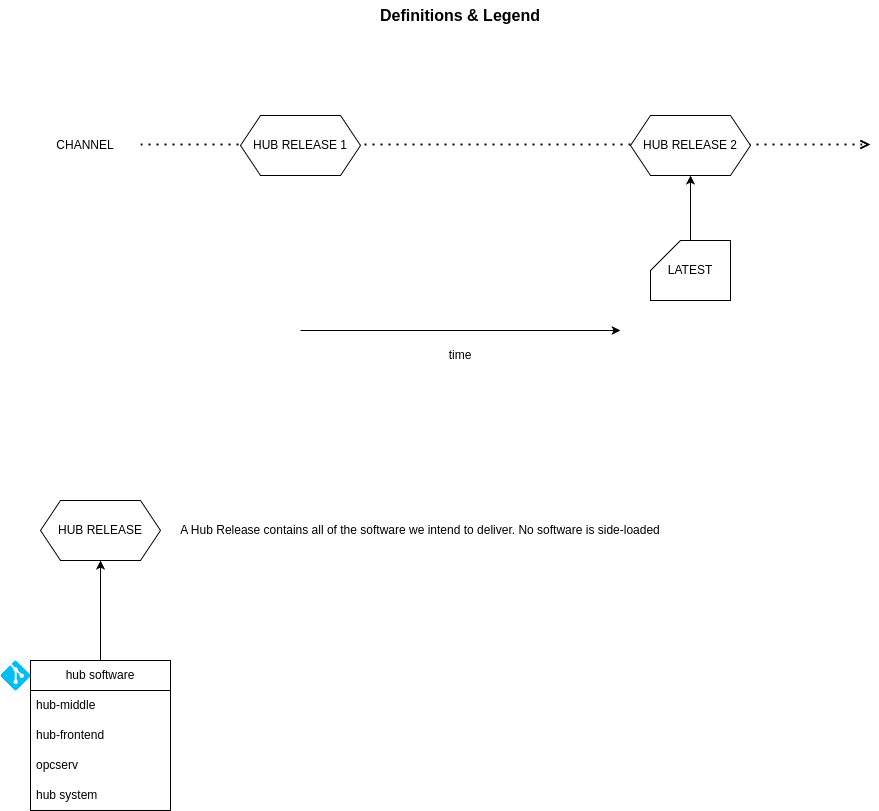
The draw.io diagram releases/release-channels.drawio.png in addict3d/literate-octo-broccoli, before a commit. Source tidied: cells renumbered, new cells last; positions are measured from the earlier drawing's top-left corner, leaving out a move shared by most shapes. The source it was exported from:
```xml
<mxGraphModel>
  <root>
    <mxCell id="0" />
    <mxCell id="1" parent="0" />
    <mxCell id="2" value="CHANNEL" style="text;html=1;strokeColor=none;fillColor=none;align=center;verticalAlign=middle;whiteSpace=wrap;rounded=0;" parent="1" vertex="1">
      <mxGeometry x="30" y="130" width="110" height="30" as="geometry" />
    </mxCell>
    <mxCell id="3" style="endArrow=classic;html=1;rounded=0;" parent="1" edge="1">
      <mxGeometry relative="1" as="geometry">
        <mxPoint x="300" y="330" as="sourcePoint" />
        <mxPoint x="620" y="330" as="targetPoint" />
      </mxGeometry>
    </mxCell>
    <mxCell id="4" value="time" style="text;html=1;strokeColor=none;fillColor=none;align=center;verticalAlign=middle;whiteSpace=wrap;rounded=0;" parent="1" vertex="1">
      <mxGeometry x="430" y="340" width="60" height="30" as="geometry" />
    </mxCell>
    <mxCell id="5" value="Definitions &amp;amp; Legend" style="text;html=1;strokeColor=none;fillColor=none;align=center;verticalAlign=middle;whiteSpace=wrap;rounded=0;fontStyle=1;fontSize=16;" parent="1" vertex="1">
      <mxGeometry x="250" width="420" height="30" as="geometry" />
    </mxCell>
    <mxCell id="6" style="endArrow=open;dashed=1;html=1;dashPattern=1 3;strokeWidth=2;rounded=0;endFill=0;" parent="1" edge="1">
      <mxGeometry relative="1" as="geometry">
        <mxPoint x="140" y="144" as="sourcePoint" />
        <mxPoint x="870" y="144" as="targetPoint" />
      </mxGeometry>
    </mxCell>
    <mxCell id="7" value="HUB RELEASE 2" style="shape=hexagon;perimeter=hexagonPerimeter2;whiteSpace=wrap;html=1;fixedSize=1;" parent="1" vertex="1">
      <mxGeometry x="630" y="115" width="120" height="60" as="geometry" />
    </mxCell>
    <mxCell id="8" value="HUB RELEASE" style="shape=hexagon;perimeter=hexagonPerimeter2;whiteSpace=wrap;html=1;fixedSize=1;" parent="1" vertex="1">
      <mxGeometry x="40" y="500" width="120" height="60" as="geometry" />
    </mxCell>
    <mxCell id="9" value="A Hub Release contains all of the software we intend to deliver. No software is side-loaded" style="text;html=1;strokeColor=none;fillColor=none;align=center;verticalAlign=middle;whiteSpace=wrap;rounded=0;" parent="1" vertex="1">
      <mxGeometry x="150" y="495" width="540" height="70" as="geometry" />
    </mxCell>
    <mxCell id="10" value="HUB RELEASE 1" style="shape=hexagon;perimeter=hexagonPerimeter2;whiteSpace=wrap;html=1;fixedSize=1;" parent="1" vertex="1">
      <mxGeometry x="240" y="115" width="120" height="60" as="geometry" />
    </mxCell>
    <mxCell id="11" style="edgeStyle=orthogonalEdgeStyle;rounded=0;jettySize=auto;html=1;" parent="1" edge="1" source="12" target="7">
      <mxGeometry relative="1" as="geometry" />
    </mxCell>
    <mxCell id="12" value="LATEST" style="shape=card;whiteSpace=wrap;html=1;" parent="1" vertex="1">
      <mxGeometry x="650" y="240" width="80" height="60" as="geometry" />
    </mxCell>
    <mxCell id="13" style="edgeStyle=orthogonalEdgeStyle;rounded=0;jettySize=auto;html=1;" parent="1" edge="1" source="14" target="8">
      <mxGeometry relative="1" as="geometry" />
    </mxCell>
    <mxCell id="14" value="hub software" style="swimlane;fontStyle=0;horizontal=1;startSize=30;whiteSpace=wrap;html=1;" parent="1" vertex="1">
      <mxGeometry x="30" y="660" width="140" height="150" as="geometry" />
    </mxCell>
    <mxCell id="15" value="hub-middle" style="text;strokeColor=none;fillColor=none;align=left;verticalAlign=middle;spacingLeft=4;spacingRight=4;overflow=hidden;whiteSpace=wrap;html=1;" parent="14" vertex="1">
      <mxGeometry y="30" width="140" height="30" as="geometry" />
    </mxCell>
    <mxCell id="16" value="hub-frontend" style="text;strokeColor=none;fillColor=none;align=left;verticalAlign=middle;spacingLeft=4;spacingRight=4;overflow=hidden;whiteSpace=wrap;html=1;" parent="14" vertex="1">
      <mxGeometry y="60" width="140" height="30" as="geometry" />
    </mxCell>
    <mxCell id="17" value="opcserv" style="text;strokeColor=none;fillColor=none;align=left;verticalAlign=middle;spacingLeft=4;spacingRight=0;overflow=hidden;whiteSpace=wrap;html=1;" parent="14" vertex="1">
      <mxGeometry y="90" width="140" height="30" as="geometry" />
    </mxCell>
    <mxCell id="18" value="hub system" style="text;html=1;strokeColor=none;fillColor=none;align=left;verticalAlign=middle;whiteSpace=wrap;rounded=0;spacingLeft=4;" parent="14" vertex="1">
      <mxGeometry y="120" width="140" height="30" as="geometry" />
    </mxCell>
    <mxCell id="19" style="verticalLabelPosition=bottom;html=1;verticalAlign=top;align=center;strokeColor=none;fillColor=#00BEF2;shape=mxgraph.azure.git_repository;" parent="1" vertex="1">
      <mxGeometry y="660" width="30" height="30" as="geometry" />
    </mxCell>
  </root>
</mxGraphModel>
```
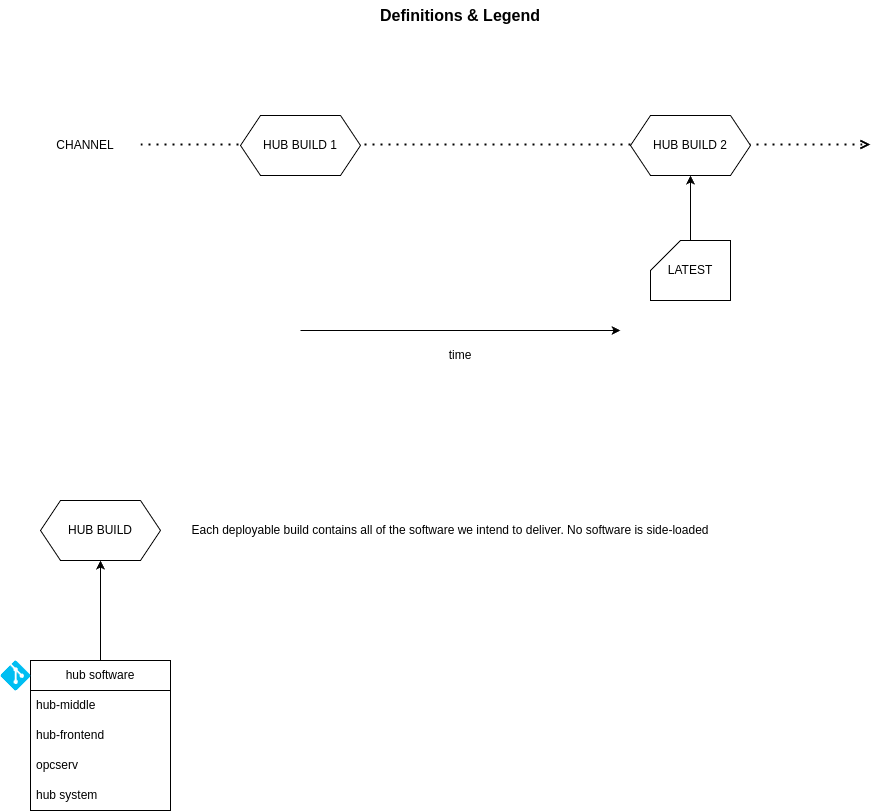
After the change.

Diff of the diagram source:
```diff
@@ -23,16 +23,16 @@
         <mxPoint x="870" y="144" as="targetPoint" />
       </mxGeometry>
     </mxCell>
-    <mxCell id="7" value="HUB RELEASE 2" style="shape=hexagon;perimeter=hexagonPerimeter2;whiteSpace=wrap;html=1;fixedSize=1;" parent="1" vertex="1">
+    <mxCell id="7" value="HUB BUILD 2" style="shape=hexagon;perimeter=hexagonPerimeter2;whiteSpace=wrap;html=1;fixedSize=1;" parent="1" vertex="1">
       <mxGeometry x="630" y="115" width="120" height="60" as="geometry" />
     </mxCell>
-    <mxCell id="8" value="HUB RELEASE" style="shape=hexagon;perimeter=hexagonPerimeter2;whiteSpace=wrap;html=1;fixedSize=1;" parent="1" vertex="1">
+    <mxCell id="8" value="HUB BUILD" style="shape=hexagon;perimeter=hexagonPerimeter2;whiteSpace=wrap;html=1;fixedSize=1;" parent="1" vertex="1">
       <mxGeometry x="40" y="500" width="120" height="60" as="geometry" />
     </mxCell>
-    <mxCell id="9" value="A Hub Release contains all of the software we intend to deliver. No software is side-loaded" style="text;html=1;strokeColor=none;fillColor=none;align=center;verticalAlign=middle;whiteSpace=wrap;rounded=0;" parent="1" vertex="1">
-      <mxGeometry x="150" y="495" width="540" height="70" as="geometry" />
+    <mxCell id="9" value="Each deployable build contains all of the software we intend to deliver. No software is side-loaded" style="text;html=1;strokeColor=none;fillColor=none;align=center;verticalAlign=middle;whiteSpace=wrap;rounded=0;" parent="1" vertex="1">
+      <mxGeometry x="180" y="495" width="540" height="70" as="geometry" />
     </mxCell>
-    <mxCell id="10" value="HUB RELEASE 1" style="shape=hexagon;perimeter=hexagonPerimeter2;whiteSpace=wrap;html=1;fixedSize=1;" parent="1" vertex="1">
+    <mxCell id="10" value="HUB BUILD 1" style="shape=hexagon;perimeter=hexagonPerimeter2;whiteSpace=wrap;html=1;fixedSize=1;" parent="1" vertex="1">
       <mxGeometry x="240" y="115" width="120" height="60" as="geometry" />
     </mxCell>
     <mxCell id="11" style="edgeStyle=orthogonalEdgeStyle;rounded=0;jettySize=auto;html=1;" parent="1" edge="1" source="12" target="7">
```
